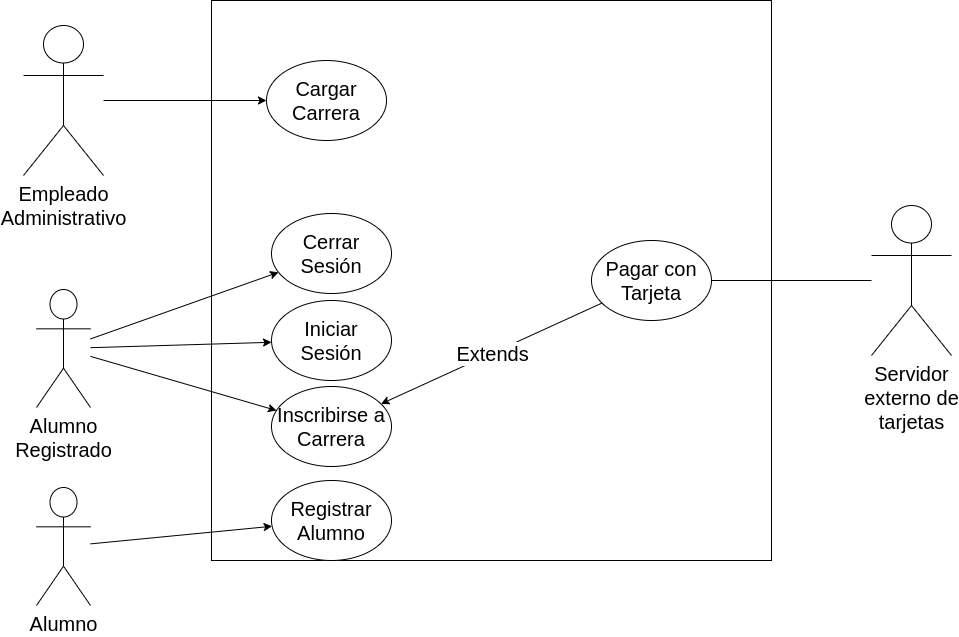
Earlier version of the draw.io export Practica/Practica3-CU/drawios/ejercicio02_P3.drawio.png (c97Ernesto/IngenieriaSoftware1). Source tidied: cells renumbered, new cells last; positions are measured from the earlier drawing's top-left corner, leaving out a move shared by most shapes.
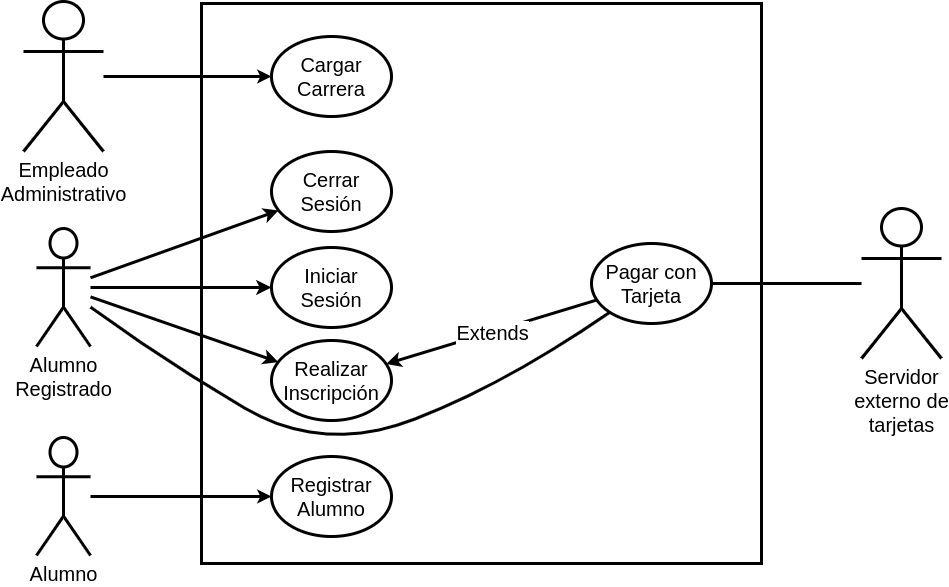
After the change.

Diff of the diagram source:
```diff
@@ -2,62 +2,71 @@
   <root>
     <mxCell id="0" />
     <mxCell id="1" parent="0" />
-    <mxCell id="2" value="Empleado &lt;br&gt;Administrativo" style="shape=umlActor;verticalLabelPosition=bottom;verticalAlign=top;html=1;outlineConnect=0;fontSize=20;" parent="1" vertex="1">
-      <mxGeometry y="25" width="80" height="150" as="geometry" />
+    <mxCell id="2" value="Empleado &lt;br&gt;Administrativo" style="shape=umlActor;verticalLabelPosition=bottom;verticalAlign=top;html=1;outlineConnect=0;fontSize=20;strokeWidth=3;" parent="1" vertex="1">
+      <mxGeometry x="10" y="-2" width="80" height="150" as="geometry" />
     </mxCell>
-    <mxCell id="3" value="Alumno" style="shape=umlActor;verticalLabelPosition=bottom;verticalAlign=top;html=1;outlineConnect=0;fontSize=20;" parent="1" vertex="1">
-      <mxGeometry x="13" y="487" width="54" height="118" as="geometry" />
+    <mxCell id="3" value="Alumno" style="shape=umlActor;verticalLabelPosition=bottom;verticalAlign=top;html=1;outlineConnect=0;fontSize=20;strokeWidth=3;" parent="1" vertex="1">
+      <mxGeometry x="23" y="434" width="54" height="118" as="geometry" />
     </mxCell>
-    <mxCell id="4" value="Servidor&lt;br&gt;externo de&lt;br&gt;tarjetas" style="shape=umlActor;verticalLabelPosition=bottom;verticalAlign=top;html=1;outlineConnect=0;fontSize=20;" parent="1" vertex="1">
+    <mxCell id="4" value="Servidor&lt;br&gt;externo de&lt;br&gt;tarjetas" style="shape=umlActor;verticalLabelPosition=bottom;verticalAlign=top;html=1;outlineConnect=0;fontSize=20;strokeWidth=3;" parent="1" vertex="1">
       <mxGeometry x="848" y="205" width="80" height="150" as="geometry" />
     </mxCell>
-    <mxCell id="5" style="whiteSpace=wrap;html=1;fontSize=20;" parent="1" vertex="1">
+    <mxCell id="5" style="whiteSpace=wrap;html=1;fontSize=20;strokeWidth=3;" parent="1" vertex="1">
       <mxGeometry x="188" width="560" height="560" as="geometry" />
     </mxCell>
-    <mxCell id="6" value="Cerrar Sesión" style="ellipse;whiteSpace=wrap;html=1;fontSize=20;" parent="1" vertex="1">
-      <mxGeometry x="248" y="213" width="120" height="80" as="geometry" />
+    <mxCell id="6" value="Cerrar Sesión" style="ellipse;whiteSpace=wrap;html=1;fontSize=20;strokeWidth=3;" parent="1" vertex="1">
+      <mxGeometry x="258" y="148" width="120" height="80" as="geometry" />
     </mxCell>
-    <mxCell id="7" value="Iniciar Sesión" style="ellipse;whiteSpace=wrap;html=1;fontSize=20;" parent="1" vertex="1">
-      <mxGeometry x="248" y="300" width="120" height="80" as="geometry" />
+    <mxCell id="7" value="Iniciar Sesión" style="ellipse;whiteSpace=wrap;html=1;fontSize=20;strokeWidth=3;" parent="1" vertex="1">
+      <mxGeometry x="258" y="244" width="120" height="80" as="geometry" />
     </mxCell>
-    <mxCell id="8" value="Registrar Alumno" style="ellipse;whiteSpace=wrap;html=1;fontSize=20;" parent="1" vertex="1">
-      <mxGeometry x="248" y="480" width="120" height="80" as="geometry" />
+    <mxCell id="8" value="Registrar Alumno" style="ellipse;whiteSpace=wrap;html=1;fontSize=20;strokeWidth=3;" parent="1" vertex="1">
+      <mxGeometry x="258" y="453" width="120" height="80" as="geometry" />
     </mxCell>
-    <mxCell id="9" value="Cargar Carrera" style="ellipse;whiteSpace=wrap;html=1;fontSize=20;" parent="1" vertex="1">
-      <mxGeometry x="243" y="60" width="120" height="80" as="geometry" />
+    <mxCell id="9" value="Cargar Carrera" style="ellipse;whiteSpace=wrap;html=1;fontSize=20;strokeWidth=3;" parent="1" vertex="1">
+      <mxGeometry x="258" y="33" width="120" height="80" as="geometry" />
     </mxCell>
-    <mxCell id="10" value="Pagar con Tarjeta" style="ellipse;whiteSpace=wrap;html=1;fontSize=20;" parent="1" vertex="1">
-      <mxGeometry x="568" y="240" width="120" height="80" as="geometry" />
+    <mxCell id="10" value="Pagar con Tarjeta" style="ellipse;whiteSpace=wrap;html=1;fontSize=20;strokeWidth=3;" parent="1" vertex="1">
+      <mxGeometry x="578" y="240" width="120" height="80" as="geometry" />
     </mxCell>
-    <mxCell id="11" style="endArrow=classic;html=1;rounded=0;fontSize=20;" parent="1" edge="1" source="3" target="8">
+    <mxCell id="11" style="endArrow=classic;html=1;rounded=0;fontSize=20;endSize=5;strokeWidth=3;" parent="1" edge="1" source="3" target="8">
       <mxGeometry relative="1" as="geometry" />
     </mxCell>
-    <mxCell id="12" style="endArrow=classic;html=1;rounded=0;fontSize=20;" parent="1" edge="1" source="2" target="9">
+    <mxCell id="12" style="endArrow=classic;html=1;rounded=0;fontSize=20;endSize=5;strokeWidth=3;" parent="1" edge="1" source="2" target="9">
       <mxGeometry relative="1" as="geometry" />
     </mxCell>
-    <mxCell id="13" style="endArrow=none;html=1;rounded=0;fontSize=20;" parent="1" edge="1" source="10" target="4">
+    <mxCell id="13" style="endArrow=none;html=1;rounded=0;fontSize=20;strokeWidth=3;" parent="1" edge="1" source="10" target="4">
       <mxGeometry relative="1" as="geometry" />
     </mxCell>
-    <mxCell id="14" style="endArrow=classic;html=1;rounded=0;fontSize=20;" parent="1" edge="1" source="10" target="19">
+    <mxCell id="14" style="endArrow=classic;html=1;rounded=0;fontSize=20;strokeWidth=3;" parent="1" edge="1" source="10" target="19">
       <mxGeometry relative="1" as="geometry" />
     </mxCell>
     <mxCell id="15" value="Extends" style="edgeLabel;html=1;align=center;verticalAlign=middle;fontSize=20;" parent="14" vertex="1">
       <mxGeometry relative="1" as="geometry" />
     </mxCell>
-    <mxCell id="16" value="Alumno&lt;br&gt;Registrado" style="shape=umlActor;verticalLabelPosition=bottom;verticalAlign=top;html=1;outlineConnect=0;fontSize=20;" parent="1" vertex="1">
-      <mxGeometry x="13" y="289" width="54" height="118" as="geometry" />
+    <mxCell id="16" value="Alumno&lt;br&gt;Registrado" style="shape=umlActor;verticalLabelPosition=bottom;verticalAlign=top;html=1;outlineConnect=0;fontSize=20;strokeWidth=3;" parent="1" vertex="1">
+      <mxGeometry x="23" y="225" width="54" height="118" as="geometry" />
     </mxCell>
-    <mxCell id="17" style="endArrow=classic;html=1;rounded=0;fontSize=20;" parent="1" edge="1" source="16" target="7">
+    <mxCell id="17" style="endArrow=classic;html=1;rounded=0;fontSize=20;strokeWidth=3;" parent="1" edge="1" source="16" target="7">
       <mxGeometry relative="1" as="geometry" />
     </mxCell>
-    <mxCell id="18" style="endArrow=classic;html=1;rounded=0;fontSize=20;" parent="1" edge="1" source="16" target="6">
+    <mxCell id="18" style="endArrow=classic;html=1;rounded=0;fontSize=20;strokeWidth=3;" parent="1" edge="1" source="16" target="6">
       <mxGeometry relative="1" as="geometry" />
     </mxCell>
-    <mxCell id="19" value="Inscribirse a Carrera" style="ellipse;whiteSpace=wrap;html=1;fontSize=20;" parent="1" vertex="1">
-      <mxGeometry x="248" y="386" width="120" height="80" as="geometry" />
+    <mxCell id="19" value="Realizar Inscripción" style="ellipse;whiteSpace=wrap;html=1;fontSize=20;strokeWidth=3;" parent="1" vertex="1">
+      <mxGeometry x="258" y="337" width="120" height="80" as="geometry" />
     </mxCell>
-    <mxCell id="20" style="endArrow=classic;html=1;rounded=0;fontSize=20;" parent="1" edge="1" source="16" target="19">
+    <mxCell id="20" style="endArrow=classic;html=1;rounded=0;fontSize=20;strokeWidth=3;" parent="1" edge="1" source="16" target="19">
       <mxGeometry relative="1" as="geometry" />
     </mxCell>
+    <mxCell id="21" style="curved=1;endArrow=none;html=1;rounded=0;strokeWidth=3;strokeColor=default;endFill=0;" parent="1" edge="1" source="16" target="10">
+      <mxGeometry relative="1" as="geometry">
+        <Array as="points">
+          <mxPoint x="152" y="358" />
+          <mxPoint x="310" y="451" />
+          <mxPoint x="493" y="380" />
+        </Array>
+      </mxGeometry>
+    </mxCell>
   </root>
 </mxGraphModel>
```
